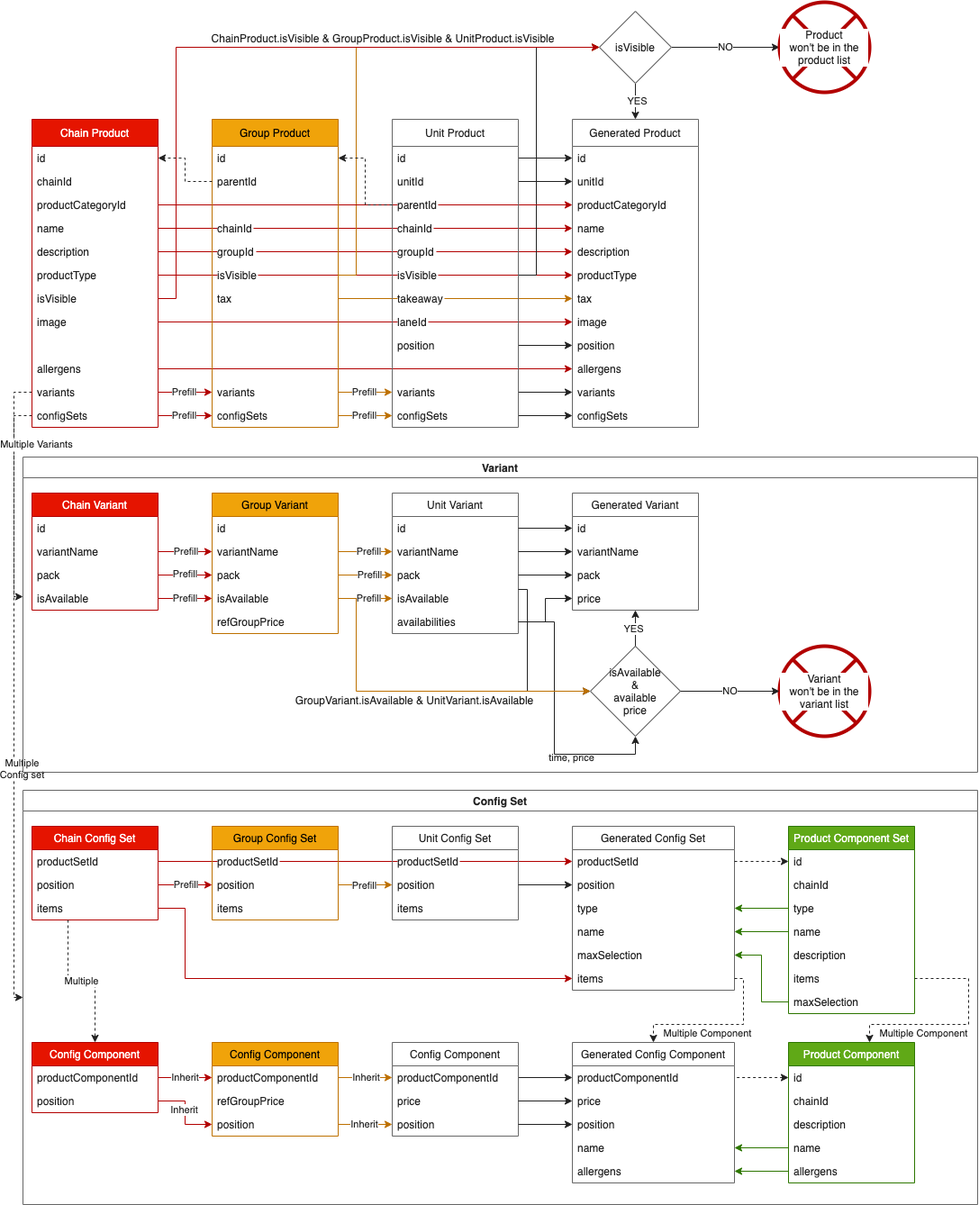
This is docs/3layered-product-inheritance.drawio.png from garlictech/anyupp, a draw.io export, as it was before one commit. Source tidied: cells renumbered, new cells last; positions are measured from the earlier drawing's top-left corner, leaving out a move shared by most shapes.
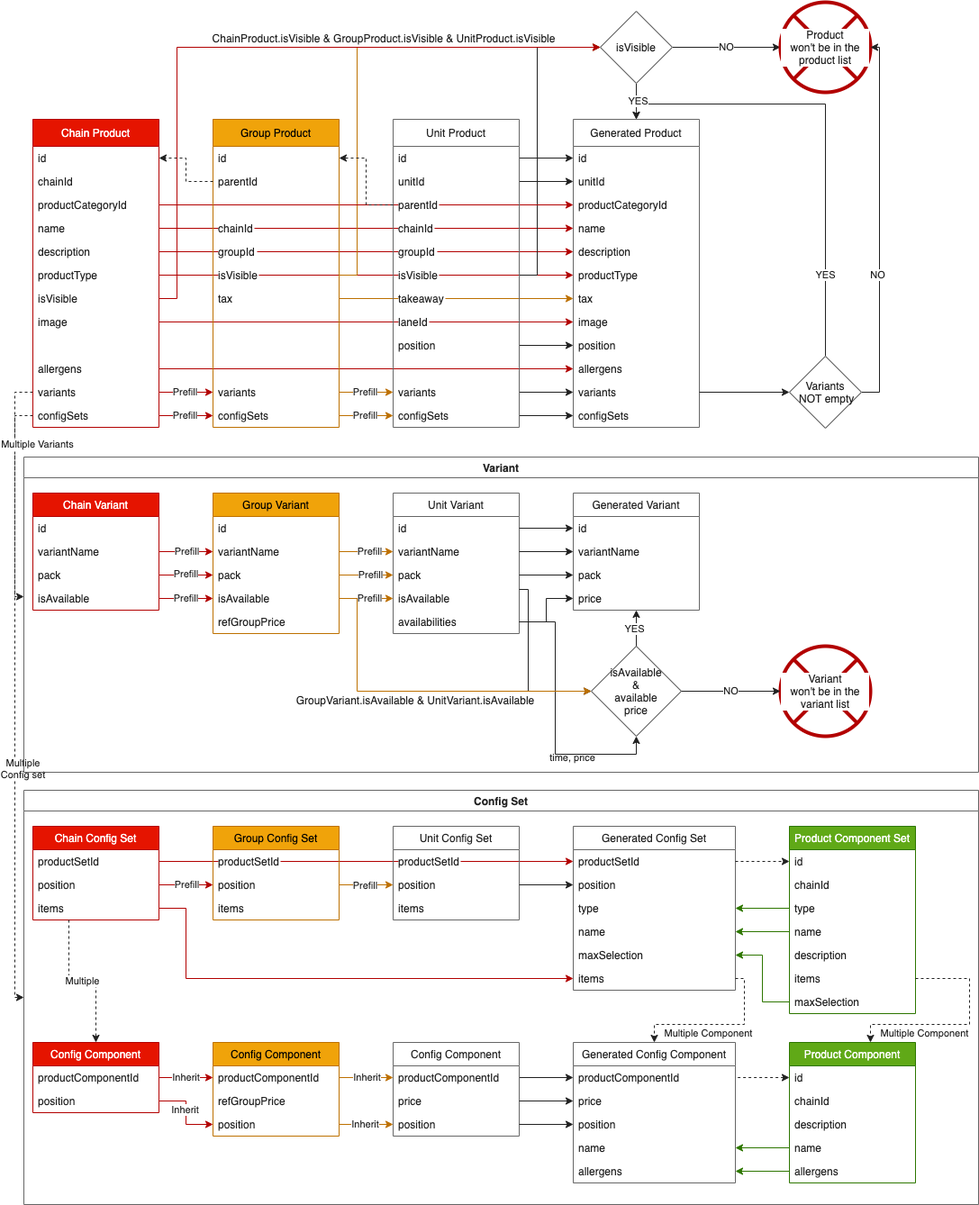
After the commit.

Commit message:
docs: add variants not empty check

Diff of the diagram source:
```diff
@@ -477,6 +477,19 @@
         <mxPoint x="25" y="49" as="offset" />
       </mxGeometry>
     </mxCell>
+    <mxCell id="222" style="edgeStyle=orthogonalEdgeStyle;rounded=0;jettySize=auto;html=1;labelBackgroundColor=#ffffff;fontColor=#212121;startArrow=none;startFill=0;endArrow=classic;endFill=1;strokeColor=#212121;" parent="84" edge="1" source="227" target="207">
+      <mxGeometry relative="1" as="geometry">
+        <Array as="points">
+          <mxPoint x="900" y="113" />
+          <mxPoint x="690" y="113" />
+        </Array>
+      </mxGeometry>
+    </mxCell>
+    <mxCell id="223" value="YES" style="edgeLabel;html=1;align=center;verticalAlign=middle;fontColor=#212121;labelBackgroundColor=#ffffff;" parent="222" vertex="1">
+      <mxGeometry x="-0.38" y="-2" relative="1" as="geometry">
+        <mxPoint x="-2" y="67" as="offset" />
+      </mxGeometry>
+    </mxCell>
     <mxCell id="137" value="arrows" parent="0" />
     <mxCell id="138" style="edgeStyle=orthogonalEdgeStyle;rounded=1;jettySize=auto;html=1;fillColor=#e51400;strokeColor=#B20000;fontColor=#212121;" parent="137" edge="1" source="172" target="211">
       <mxGeometry relative="1" as="geometry" />
@@ -743,5 +756,22 @@
     <mxCell id="221" style="edgeStyle=orthogonalEdgeStyle;rounded=0;jettySize=auto;html=1;labelBackgroundColor=#ffffff;fontColor=#212121;strokeColor=#212121;dashed=1;" parent="167" edge="1" source="183" target="169">
       <mxGeometry relative="1" as="geometry" />
     </mxCell>
+    <mxCell id="224" style="edgeStyle=orthogonalEdgeStyle;rounded=0;jettySize=auto;html=1;labelBackgroundColor=#ffffff;fontColor=#212121;startArrow=none;startFill=0;endArrow=classic;endFill=1;strokeColor=#212121;" parent="167" edge="1" source="218" target="227">
+      <mxGeometry relative="1" as="geometry" />
+    </mxCell>
+    <mxCell id="225" style="edgeStyle=orthogonalEdgeStyle;rounded=0;jettySize=auto;html=1;labelBackgroundColor=#ffffff;fontColor=#212121;startArrow=none;startFill=0;endArrow=classic;endFill=1;strokeColor=#212121;exitX=1;exitY=0.5;exitDx=0;exitDy=0;" parent="167" edge="1" source="227" target="155">
+      <mxGeometry relative="1" as="geometry">
+        <Array as="points">
+          <mxPoint x="960" y="433" />
+          <mxPoint x="960" y="50" />
+        </Array>
+      </mxGeometry>
+    </mxCell>
+    <mxCell id="226" value="NO" style="edgeLabel;html=1;align=center;verticalAlign=middle;fontColor=#212121;labelBackgroundColor=#ffffff;" parent="225" vertex="1">
+      <mxGeometry x="-0.27" y="2" relative="1" as="geometry" />
+    </mxCell>
+    <mxCell id="227" value="Variants&lt;br&gt;&amp;nbsp;NOT empty" style="rhombus;whiteSpace=wrap;html=1;strokeColor=#666666;fillColor=#FFFFFF;fontColor=#212121;" parent="167" vertex="1">
+      <mxGeometry x="860" y="393" width="80" height="80" as="geometry" />
+    </mxCell>
   </root>
 </mxGraphModel>
```
